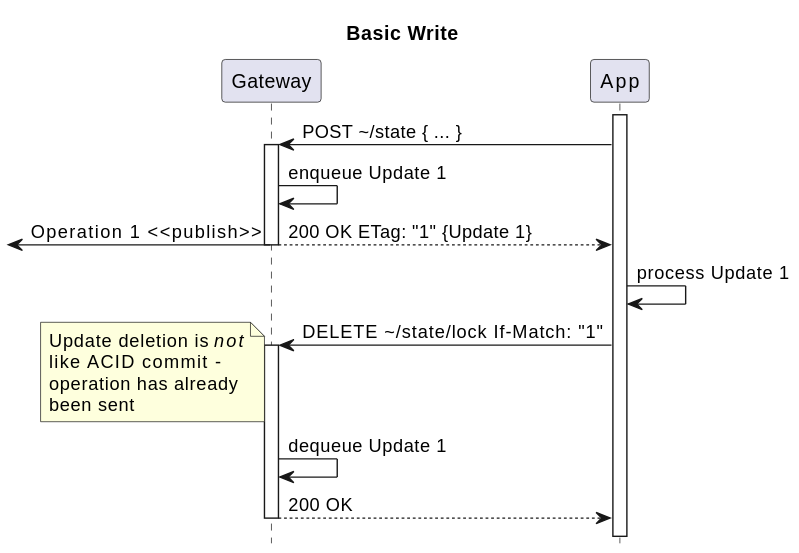
Above: architecture/api/http/img/1-basic-write.seq.svg in m-ld/m-ld-gateway (PlantUML), before the change. The source it was exported from:
```plantuml
@startuml
!pragma teoz true
hide footbox

title: Basic Write

participant Gateway as gw
participant "App" as app

activate app
app -> gw ++: POST \~/state { ... }
gw -> gw: enqueue Update 1
return 200 OK ETag: "1" {Update 1}
& <- gw: Operation 1 <<publish>>
app -> app: process Update 1
app -> gw ++: DELETE \~/state/lock If-Match: "1"
note left
Update deletion is //not//
like ACID commit -
operation has already
been sent
end note
gw -> gw: dequeue Update 1
return 200 OK
deactivate app

@enduml
```
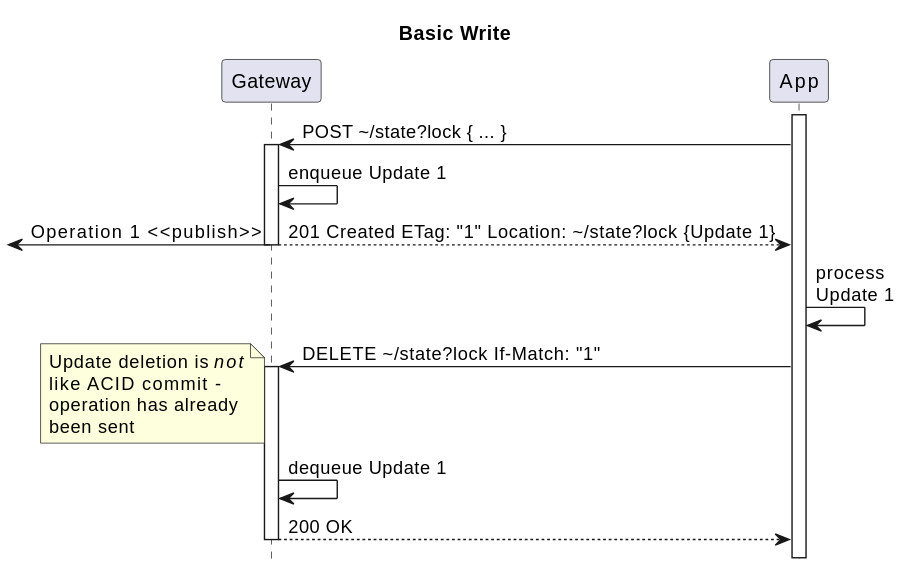
Above is the later version.

Change to the diagram source:
```diff
@@ -8,12 +8,12 @@
 participant "App" as app
 
 activate app
-app -> gw ++: POST \~/state { ... }
+app -> gw ++: POST \~/state?lock { ... }
 gw -> gw: enqueue Update 1
-return 200 OK ETag: "1" {Update 1}
+return 201 Created ETag: "1" Location: \~/state?lock {Update 1}
 & <- gw: Operation 1 <<publish>>
-app -> app: process Update 1
-app -> gw ++: DELETE \~/state/lock If-Match: "1"
+app -> app: process\nUpdate 1
+app -> gw ++: DELETE \~/state?lock If-Match: "1"
 note left
 Update deletion is //not//
 like ACID commit -
```
